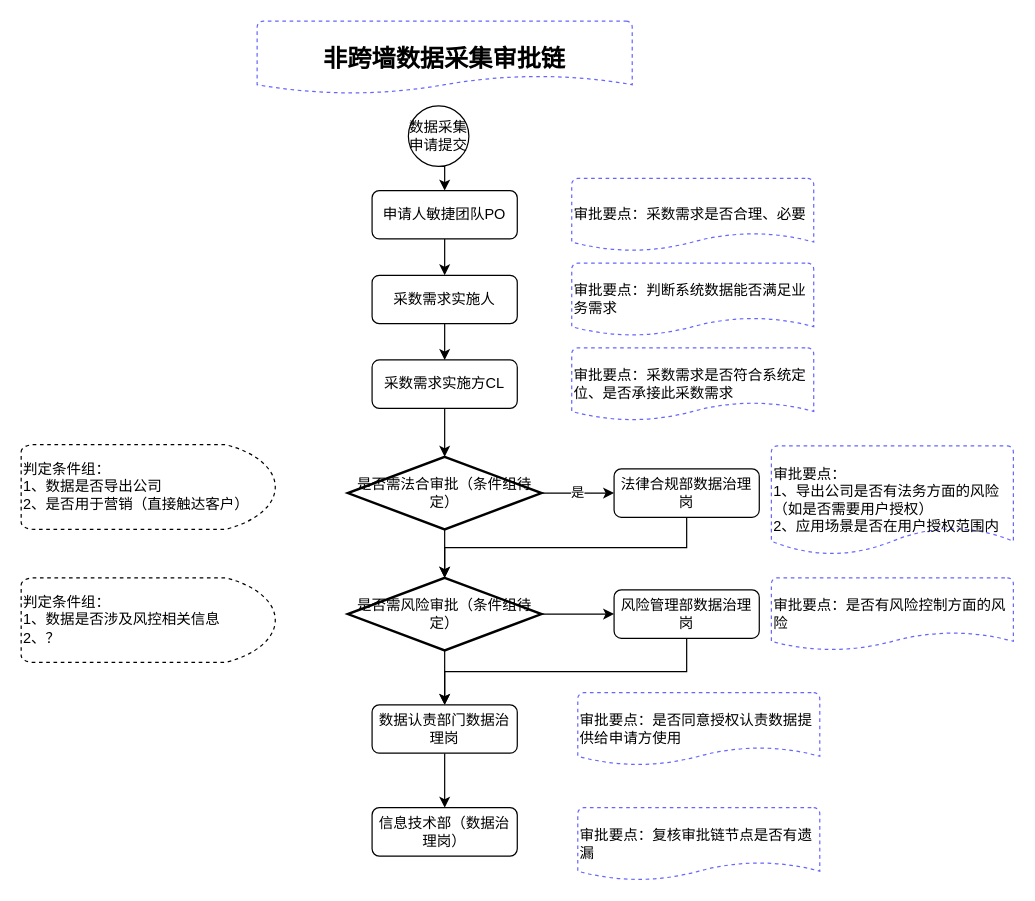
The draw.io diagram 数据授权.drawio in sidonghua/wuziqi, before the edit. Source tidied: cells renumbered, new cells numbered last; positions are measured from the earlier drawing's top-left corner, leaving out a move shared by most shapes. Both pictures are drawn from the tidied source at 121%, with x=0, y=0 at pixel (21, 21).
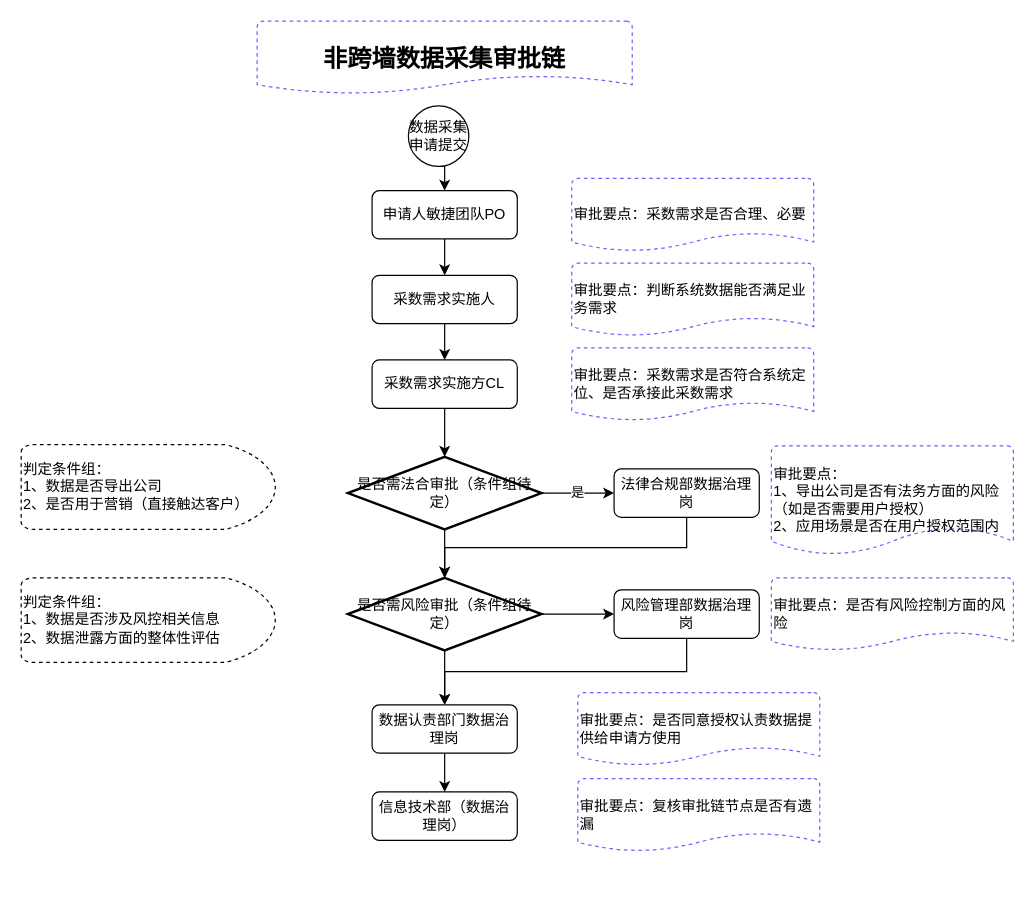
The same diagram, later.

What changed in the source:
```diff
@@
     <mxCell id="22" value="信息技术部（数据治理岗）" style="rounded=1;whiteSpace=wrap;html=1;" parent="1" vertex="1">
-      <mxGeometry x="290" y="650" width="120" height="40" as="geometry" />
+      <mxGeometry x="290" y="637" width="120" height="40" as="geometry" />
     </mxCell>
@@
     <mxCell id="29" value="审批要点：复核审批链节点是否有遗漏" style="strokeWidth=1;html=1;shape=mxgraph.flowchart.document2;whiteSpace=wrap;size=0.25;strokeColor=#6666FF;align=left;dashed=1;" parent="1" vertex="1">
-      <mxGeometry x="460" y="650" width="200" height="60" as="geometry" />
+      <mxGeometry x="460" y="626" width="200" height="60" as="geometry" />
     </mxCell>
@@
-    <mxCell id="31" value="判定条件组：&lt;br&gt;1、数据是否涉及风控相关信息&lt;br&gt;2、？" style="strokeWidth=1;html=1;shape=mxgraph.flowchart.delay;whiteSpace=wrap;dashed=1;align=left;" parent="1" vertex="1">
+    <mxCell id="31" value="判定条件组：&lt;br&gt;1、数据是否涉及风控相关信息&lt;br&gt;2、数据泄露方面的整体性评估" style="strokeWidth=1;html=1;shape=mxgraph.flowchart.delay;whiteSpace=wrap;dashed=1;align=left;" parent="1" vertex="1">
       <mxGeometry y="460" width="210" height="70" as="geometry" />
     </mxCell>
```
